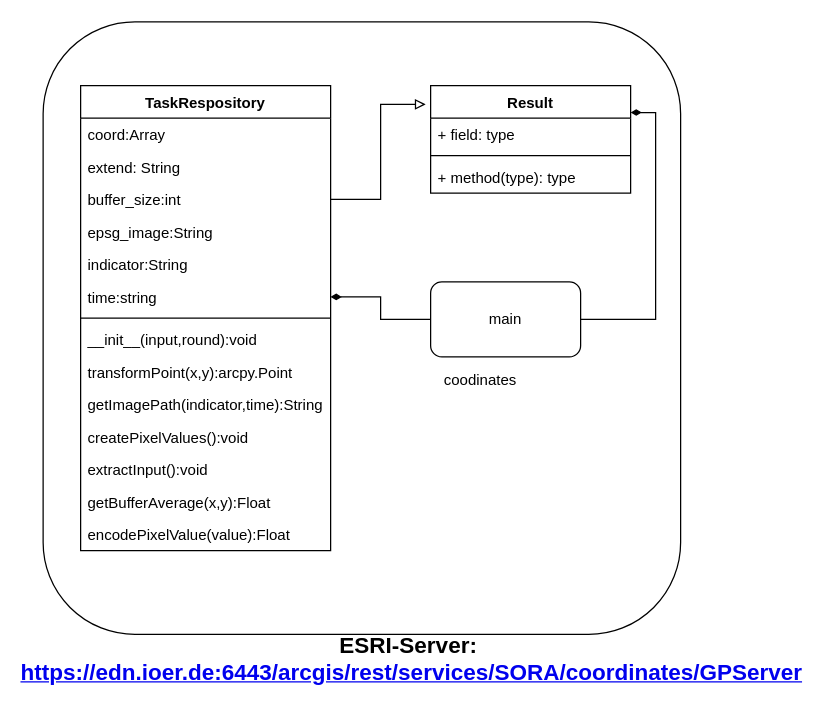
Before: assets/uml/sora-coordinates.drawio in ioer-dresden/monitor-api-doku, a draw.io diagram. Source tidied: cells renumbered, new cells numbered last; positions are measured from the earlier drawing's top-left corner, leaving out a move shared by most shapes. Both pictures are drawn from the tidied source at 125%, with x=0, y=0 at pixel (42, 21).
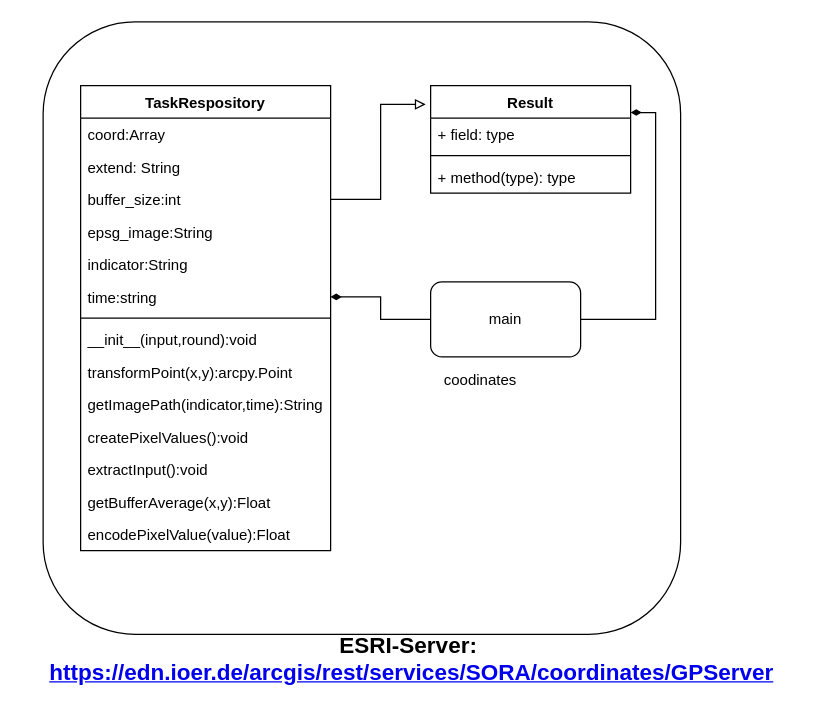
The same page after the edit.

Change to the diagram source:
```diff
@@
-    <mxCell id="26" value="ESRI-Server:&amp;nbsp;&lt;br&gt;&lt;a href=&quot;https://edn.ioer.de:6443/arcgis/rest/services/SORA/coordinates/GPServer&quot;&gt;https://edn.ioer.de:6443/arcgis/rest/services/SORA/coordinates/GPServer&lt;/a&gt;&lt;br&gt;" style="text;html=1;strokeColor=none;fillColor=none;align=center;verticalAlign=middle;whiteSpace=wrap;rounded=0;fontSize=18;fontStyle=1;" parent="1" vertex="1">
+    <mxCell id="26" value="ESRI-Server:&amp;nbsp;&lt;br&gt;&lt;a href=&quot;https://edn.ioer.de:6443/arcgis/rest/services/SORA/coordinates/GPServer&quot;&gt;https://edn.ioer.de/arcgis/rest/services/SORA/coordinates/GPServer&lt;/a&gt;&lt;br&gt;" style="text;html=1;strokeColor=none;fillColor=none;align=center;verticalAlign=middle;whiteSpace=wrap;rounded=0;fontSize=18;fontStyle=1;" parent="1" vertex="1">
       <mxGeometry x="30" y="500" width="530" height="20" as="geometry" />
     </mxCell>
```
